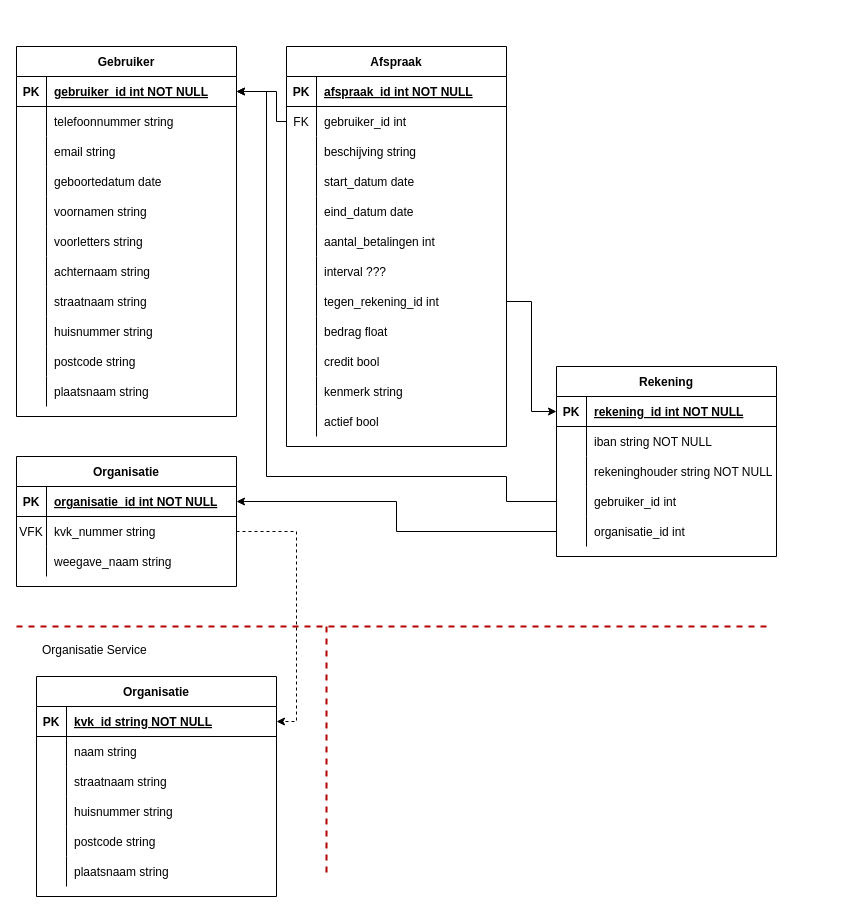
The draw.io diagram docs/HHB ERD.drawio in frameless/huishoudboekje-nl-design-system-demo, before the edit. Source tidied: cells renumbered, new cells numbered last; positions are measured from the earlier drawing's top-left corner, leaving out a move shared by most shapes. Both pictures are drawn from the tidied source at 100%, with x=0, y=0 at pixel (16, 46).
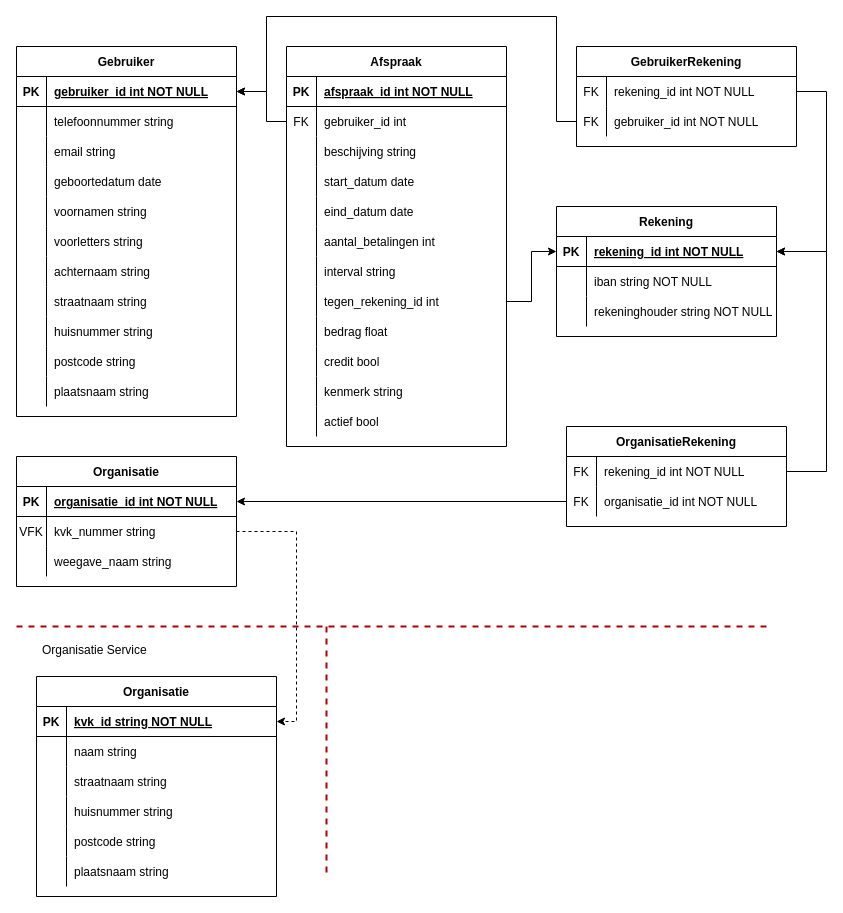
Above is the later version.

The change refers to these unchanged cells:
```xml
<mxCell id="7" style="shape=partialRectangle;fillColor=none;points=[[0,0.5],[1,0.5]];portConstraint=eastwest;top=0;left=0;right=0;bottom=1;" parent="6" vertex="1">
  <mxGeometry y="30" width="220" height="30" as="geometry" />
</mxCell>
<mxCell id="41" style="shape=partialRectangle;fillColor=none;top=0;left=0;bottom=1;right=0;points=[[0,0.5],[1,0.5]];portConstraint=eastwest;" parent="40" vertex="1">
  <mxGeometry y="30" width="220" height="30" as="geometry" />
</mxCell>
<mxCell id="76" style="shape=partialRectangle;fillColor=none;top=0;left=0;bottom=0;right=0;points=[[0,0.5],[1,0.5]];portConstraint=eastwest;" parent="72" vertex="1">
  <mxGeometry y="60" width="220" height="30" as="geometry" />
</mxCell>
<mxCell id="91" style="shape=partialRectangle;fillColor=none;top=0;left=0;bottom=0;right=0;" parent="72" vertex="1">
  <mxGeometry y="210" width="220" height="30" as="geometry" />
</mxCell>
<mxCell id="113" style="shape=partialRectangle;fillColor=none;top=0;left=0;bottom=1;right=0;points=[[0,0.5],[1,0.5]];portConstraint=eastwest;" parent="112" vertex="1">
  <mxGeometry y="30" width="220" height="30" as="geometry" />
</mxCell>
```

The edit, as a diff of the source:
```diff
@@
-    <mxCell id="93" value="interval ???" style="shape=partialRectangle;fillColor=none;top=0;left=0;bottom=0;right=0;align=left;spacingLeft=6;overflow=hidden;" parent="91" vertex="1">
+    <mxCell id="93" value="interval string" style="shape=partialRectangle;fillColor=none;top=0;left=0;bottom=0;right=0;align=left;spacingLeft=6;overflow=hidden;" parent="91" vertex="1">
       <mxGeometry x="30" width="190" height="30" as="geometry" />
     </mxCell>
@@
     <mxCell id="110" style="edgeStyle=orthogonalEdgeStyle;rounded=0;jettySize=auto;html=1;entryX=1;entryY=0.5;entryDx=0;entryDy=0;strokeWidth=1;" parent="1" edge="1" source="76" target="7">
       <mxGeometry relative="1" as="geometry">
         <Array as="points">
-          <mxPoint x="260" y="75" />
-          <mxPoint x="260" y="45" />
+          <mxPoint x="250" y="75" />
+          <mxPoint x="250" y="45" />
         </Array>
       </mxGeometry>
     </mxCell>
@@
+    <mxCell id="128" style="edgeStyle=orthogonalEdgeStyle;rounded=0;jettySize=auto;html=1;strokeWidth=1;" parent="1" edge="1" target="7">
+      <mxGeometry relative="1" as="geometry">
+        <Array as="points">
+          <mxPoint x="490" y="455" />
+          <mxPoint x="490" y="430" />
+          <mxPoint x="250" y="430" />
+          <mxPoint x="250" y="45" />
+        </Array>
+      </mxGeometry>
+    </mxCell>
+    <mxCell id="129" style="edgeStyle=orthogonalEdgeStyle;rounded=0;jettySize=auto;html=1;strokeWidth=1;" parent="1" edge="1" target="41">
+      <mxGeometry relative="1" as="geometry" />
+    </mxCell>
+    <mxCell id="130" style="edgeStyle=orthogonalEdgeStyle;rounded=0;jettySize=auto;html=1;" parent="1" edge="1" source="136" target="7">
+      <mxGeometry relative="1" as="geometry">
+        <Array as="points">
+          <mxPoint x="540" y="75" />
+          <mxPoint x="540" y="-30" />
+          <mxPoint x="250" y="-30" />
+          <mxPoint x="250" y="45" />
+        </Array>
+      </mxGeometry>
+    </mxCell>
+    <mxCell id="131" style="edgeStyle=orthogonalEdgeStyle;rounded=0;jettySize=auto;html=1;" parent="1" edge="1" source="133" target="113">
+      <mxGeometry relative="1" as="geometry">
+        <Array as="points">
+          <mxPoint x="810" y="45" />
+          <mxPoint x="810" y="205" />
+        </Array>
+      </mxGeometry>
+    </mxCell>
+    <mxCell id="132" value="GebruikerRekening" style="shape=table;startSize=30;childLayout=tableLayout;rowLines=0;fontStyle=1;align=center;" parent="1" vertex="1">
+      <mxGeometry x="560" width="220" height="100" as="geometry" />
+    </mxCell>
+    <mxCell id="133" style="shape=partialRectangle;fillColor=none;top=0;left=0;bottom=0;right=0;points=[[0,0.5],[1,0.5]];portConstraint=eastwest;" parent="132" vertex="1">
+      <mxGeometry y="30" width="220" height="30" as="geometry" />
+    </mxCell>
+    <mxCell id="134" value="FK" style="shape=partialRectangle;fillColor=none;top=0;left=0;bottom=0;right=0;overflow=hidden;" parent="133" vertex="1">
+      <mxGeometry width="30" height="30" as="geometry" />
+    </mxCell>
+    <mxCell id="135" value="rekening_id int NOT NULL" style="shape=partialRectangle;fillColor=none;top=0;left=0;bottom=0;right=0;align=left;spacingLeft=6;overflow=hidden;" parent="133" vertex="1">
+      <mxGeometry x="30" width="190" height="30" as="geometry" />
+    </mxCell>
+    <mxCell id="136" style="shape=partialRectangle;fillColor=none;top=0;left=0;bottom=0;right=0;points=[[0,0.5],[1,0.5]];portConstraint=eastwest;" parent="132" vertex="1">
+      <mxGeometry y="60" width="220" height="30" as="geometry" />
+    </mxCell>
+    <mxCell id="137" value="FK" style="shape=partialRectangle;fillColor=none;top=0;left=0;bottom=0;right=0;overflow=hidden;" parent="136" vertex="1">
+      <mxGeometry width="30" height="30" as="geometry" />
+    </mxCell>
+    <mxCell id="138" value="gebruiker_id int NOT NULL" style="shape=partialRectangle;fillColor=none;top=0;left=0;bottom=0;right=0;align=left;spacingLeft=6;overflow=hidden;" parent="136" vertex="1">
+      <mxGeometry x="30" width="190" height="30" as="geometry" />
+    </mxCell>
+    <mxCell id="139" style="edgeStyle=orthogonalEdgeStyle;rounded=0;jettySize=auto;html=1;" parent="1" edge="1" source="142" target="113">
+      <mxGeometry relative="1" as="geometry">
+        <Array as="points">
+          <mxPoint x="810" y="425" />
+          <mxPoint x="810" y="205" />
+        </Array>
+      </mxGeometry>
+    </mxCell>
+    <mxCell id="140" style="edgeStyle=orthogonalEdgeStyle;rounded=0;jettySize=auto;html=1;" parent="1" edge="1" source="145" target="41">
+      <mxGeometry relative="1" as="geometry">
+        <Array as="points">
+          <mxPoint x="580" y="455" />
+          <mxPoint x="580" y="455" />
+        </Array>
+      </mxGeometry>
+    </mxCell>
     <mxCell id="112" value="Rekening" style="shape=table;startSize=30;childLayout=tableLayout;rowLines=0;fontStyle=1;align=center;" parent="1" vertex="1">
-      <mxGeometry x="540" y="320" width="220" height="190" as="geometry" />
+      <mxGeometry x="540" y="160" width="220" height="130" as="geometry" />
     </mxCell>
@@
-    <mxCell id="122" style="shape=partialRectangle;fillColor=none;top=0;left=0;bottom=0;right=0;points=[[0,0.5],[1,0.5]];portConstraint=eastwest;" parent="112" vertex="1">
-      <mxGeometry y="120" width="220" height="30" as="geometry" />
-    </mxCell>
-    <mxCell id="123" style="shape=partialRectangle;fillColor=none;top=0;left=0;bottom=0;right=0;overflow=hidden;" parent="122" vertex="1">
-      <mxGeometry width="30" height="30" as="geometry" />
-    </mxCell>
-    <mxCell id="124" value="gebruiker_id int" style="shape=partialRectangle;fillColor=none;top=0;left=0;bottom=0;right=0;align=left;spacingLeft=6;overflow=hidden;" parent="122" vertex="1">
-      <mxGeometry x="30" width="190" height="30" as="geometry" />
-    </mxCell>
-    <mxCell id="125" style="shape=partialRectangle;fillColor=none;top=0;left=0;bottom=0;right=0;points=[[0,0.5],[1,0.5]];portConstraint=eastwest;" parent="112" vertex="1">
-      <mxGeometry y="150" width="220" height="30" as="geometry" />
-    </mxCell>
-    <mxCell id="126" style="shape=partialRectangle;fillColor=none;top=0;left=0;bottom=0;right=0;overflow=hidden;" parent="125" vertex="1">
-      <mxGeometry width="30" height="30" as="geometry" />
-    </mxCell>
-    <mxCell id="127" value="organisatie_id int" style="shape=partialRectangle;fillColor=none;top=0;left=0;bottom=0;right=0;align=left;spacingLeft=6;overflow=hidden;" parent="125" vertex="1">
-      <mxGeometry x="30" width="190" height="30" as="geometry" />
-    </mxCell>
-    <mxCell id="128" style="edgeStyle=orthogonalEdgeStyle;rounded=0;jettySize=auto;html=1;strokeWidth=1;" parent="1" edge="1" source="122" target="7">
-      <mxGeometry relative="1" as="geometry">
-        <Array as="points">
-          <mxPoint x="490" y="455" />
-          <mxPoint x="490" y="430" />
-          <mxPoint x="250" y="430" />
-          <mxPoint x="250" y="45" />
-        </Array>
-      </mxGeometry>
-    </mxCell>
-    <mxCell id="129" style="edgeStyle=orthogonalEdgeStyle;rounded=0;jettySize=auto;html=1;strokeWidth=1;" parent="1" edge="1" source="125" target="41">
-      <mxGeometry relative="1" as="geometry" />
-    </mxCell>
+    <mxCell id="141" value="OrganisatieRekening" style="shape=table;startSize=30;childLayout=tableLayout;rowLines=0;fontStyle=1;align=center;" parent="1" vertex="1">
+      <mxGeometry x="550" y="380" width="220" height="100" as="geometry" />
+    </mxCell>
+    <mxCell id="142" style="shape=partialRectangle;fillColor=none;top=0;left=0;bottom=0;right=0;points=[[0,0.5],[1,0.5]];portConstraint=eastwest;" parent="141" vertex="1">
+      <mxGeometry y="30" width="220" height="30" as="geometry" />
+    </mxCell>
+    <mxCell id="143" value="FK" style="shape=partialRectangle;fillColor=none;top=0;left=0;bottom=0;right=0;overflow=hidden;" parent="142" vertex="1">
+      <mxGeometry width="30" height="30" as="geometry" />
+    </mxCell>
+    <mxCell id="144" value="rekening_id int NOT NULL" style="shape=partialRectangle;fillColor=none;top=0;left=0;bottom=0;right=0;align=left;spacingLeft=6;overflow=hidden;" parent="142" vertex="1">
+      <mxGeometry x="30" width="190" height="30" as="geometry" />
+    </mxCell>
+    <mxCell id="145" style="shape=partialRectangle;fillColor=none;top=0;left=0;bottom=0;right=0;points=[[0,0.5],[1,0.5]];portConstraint=eastwest;" parent="141" vertex="1">
+      <mxGeometry y="60" width="220" height="30" as="geometry" />
+    </mxCell>
+    <mxCell id="146" value="FK" style="shape=partialRectangle;fillColor=none;top=0;left=0;bottom=0;right=0;overflow=hidden;" parent="145" vertex="1">
+      <mxGeometry width="30" height="30" as="geometry" />
+    </mxCell>
+    <mxCell id="147" value="organisatie_id int NOT NULL" style="shape=partialRectangle;fillColor=none;top=0;left=0;bottom=0;right=0;align=left;spacingLeft=6;overflow=hidden;" parent="145" vertex="1">
+      <mxGeometry x="30" width="190" height="30" as="geometry" />
+    </mxCell>
```
